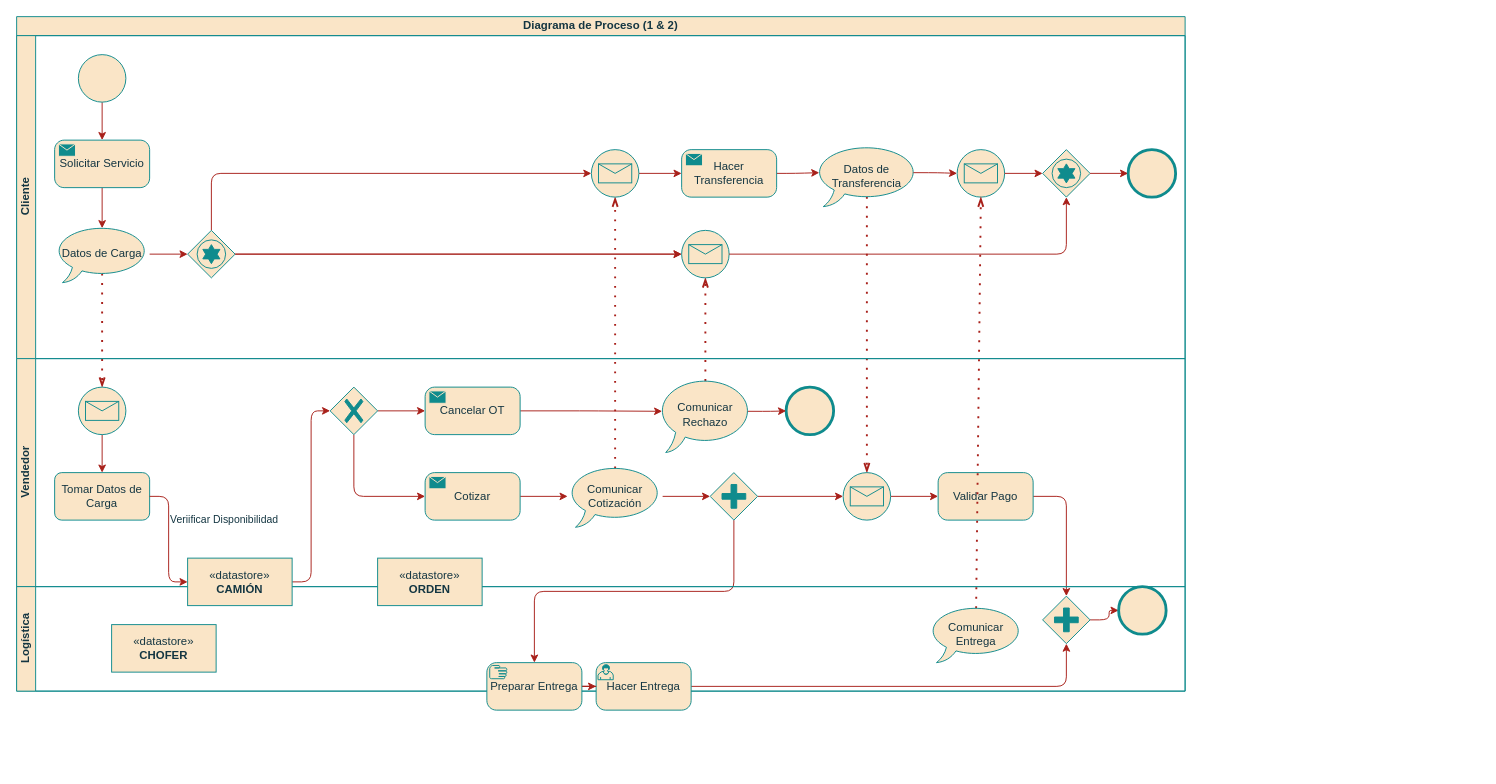
Above: [MDS]/[Trabajo Final]/DrawIO/Intento 2.drawio in zherar7ordoya/AP6 (draw.io), before the change. Source tidied: cells renumbered, new cells numbered last; positions are measured from the earlier drawing's top-left corner, leaving out a move shared by most shapes. Both pictures are drawn from the tidied source at 95%, with x=0, y=0 at pixel (16, 16).
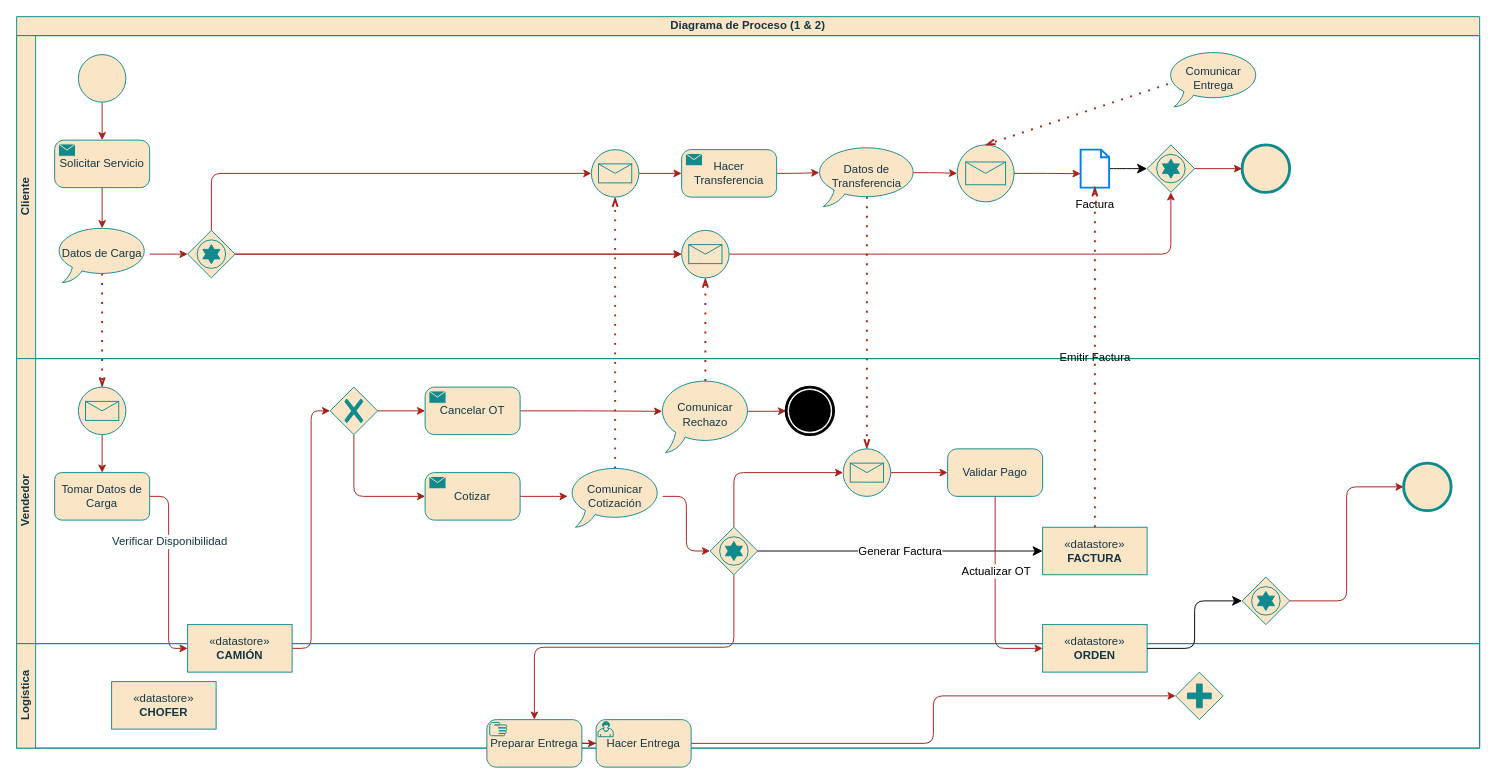
Above is the later version.

Unchanged cells that the change refers to:
```xml
<mxCell id="40" style="points=[[0.25,0.25,0],[0.5,0,0],[0.75,0.25,0],[1,0.5,0],[0.75,0.75,0],[0.5,1,0],[0.25,0.75,0],[0,0.5,0]];shape=mxgraph.bpmn.gateway2;html=1;verticalLabelPosition=bottom;labelBackgroundColor=none;verticalAlign=top;align=center;perimeter=rhombusPerimeter;outlineConnect=0;outline=none;symbol=none;gwType=exclusive;fillColor=#FAE5C7;strokeColor=#0F8B8D;fontColor=#143642;" parent="35" vertex="1">
  <mxGeometry x="330" y="30" width="50" height="50" as="geometry" />
</mxCell>
<mxCell id="51" value="Tomar Datos de Carga" style="shape=ext;rounded=1;html=1;whiteSpace=wrap;labelBackgroundColor=none;fillColor=#FAE5C7;strokeColor=#0F8B8D;fontColor=#143642;" parent="35" vertex="1">
  <mxGeometry x="40" y="120" width="100" height="50" as="geometry" />
</mxCell>
<mxCell id="53" value="Comunicar Rechazo" style="whiteSpace=wrap;html=1;shape=mxgraph.basic.oval_callout;labelBackgroundColor=none;fillColor=#FAE5C7;strokeColor=#0F8B8D;fontColor=#143642;" parent="35" vertex="1">
  <mxGeometry x="675" y="20" width="100" height="78.8" as="geometry" />
</mxCell>
<mxCell id="55" value="Comunicar Cotización" style="whiteSpace=wrap;html=1;shape=mxgraph.basic.oval_callout;labelBackgroundColor=none;fillColor=#FAE5C7;strokeColor=#0F8B8D;fontColor=#143642;" parent="35" vertex="1">
  <mxGeometry x="580" y="112.5" width="100" height="65" as="geometry" />
</mxCell>
<mxCell id="64" value="Preparar Entrega" style="points=[[0.25,0,0],[0.5,0,0],[0.75,0,0],[1,0.25,0],[1,0.5,0],[1,0.75,0],[0.75,1,0],[0.5,1,0],[0.25,1,0],[0,0.75,0],[0,0.5,0],[0,0.25,0]];shape=mxgraph.bpmn.task;whiteSpace=wrap;rectStyle=rounded;size=10;html=1;taskMarker=manual;strokeColor=#0F8B8D;fontColor=#143642;fillColor=#FAE5C7;labelBackgroundColor=none;" parent="60" vertex="1">
  <mxGeometry x="495" y="80" width="100" height="50" as="geometry" />
</mxCell>
```

Diff of the diagram source:
```diff
@@
     <mxCell id="2" value="Diagrama de Proceso (1 &amp;amp; 2)" style="swimlane;html=1;horizontal=1;startSize=20;whiteSpace=wrap;labelBackgroundColor=none;fillColor=#FAE5C7;strokeColor=#0F8B8D;fontColor=#143642;" parent="1" vertex="1">
-      <mxGeometry width="1230" height="710" as="geometry" />
+      <mxGeometry width="1540" height="770" as="geometry" />
     </mxCell>
@@
-    <mxCell id="7" style="edgeStyle=orthogonalEdgeStyle;rounded=1;jettySize=auto;html=1;entryX=0.5;entryY=0;entryDx=0;entryDy=0;entryPerimeter=0;strokeColor=#A8201A;fontColor=default;fillColor=#FAE5C7;labelBackgroundColor=none;exitX=0.5;exitY=1;exitDx=0;exitDy=0;exitPerimeter=0;" parent="2" edge="1" source="46" target="64">
+    <mxCell id="7" style="edgeStyle=orthogonalEdgeStyle;rounded=1;jettySize=auto;html=1;entryX=0.5;entryY=0;entryDx=0;entryDy=0;entryPerimeter=0;strokeColor=#A8201A;fontColor=default;fillColor=#FAE5C7;labelBackgroundColor=none;exitX=0.5;exitY=1;exitDx=0;exitDy=0;exitPerimeter=0;" parent="2" edge="1" source="76" target="64">
       <mxGeometry relative="1" as="geometry" />
     </mxCell>
-    <mxCell id="8" style="edgeStyle=orthogonalEdgeStyle;rounded=1;jettySize=auto;html=1;strokeColor=#A8201A;fontColor=default;fillColor=#FAE5C7;labelBackgroundColor=none;" parent="2" edge="1" source="50" target="66">
-      <mxGeometry relative="1" as="geometry" />
-    </mxCell>
+    <mxCell id="56" style="edgeStyle=orthogonalEdgeStyle;rounded=1;jettySize=auto;html=1;entryX=0;entryY=0.5;entryDx=0;entryDy=0;labelBackgroundColor=none;strokeColor=#A8201A;fontColor=default;" parent="2" edge="1" source="51" target="69">
+      <mxGeometry relative="1" as="geometry" />
+    </mxCell>
+    <mxCell id="57" value="Verificar Disponibilidad" style="edgeLabel;html=1;align=center;verticalAlign=middle;fontColor=#143642;fontSize=12;" parent="56" vertex="1">
+      <mxGeometry x="-0.33" relative="1" as="geometry" />
+    </mxCell>
+    <mxCell id="58" style="edgeStyle=orthogonalEdgeStyle;rounded=1;jettySize=auto;html=1;entryX=0;entryY=0.5;entryDx=0;entryDy=0;entryPerimeter=0;labelBackgroundColor=none;strokeColor=#A8201A;fontColor=default;" parent="2" edge="1" source="69" target="40">
+      <mxGeometry relative="1" as="geometry" />
+    </mxCell>
     <mxCell id="9" value="Cliente" style="swimlane;html=1;startSize=20;horizontal=0;labelBackgroundColor=none;fillColor=#FAE5C7;strokeColor=#0F8B8D;fontColor=#143642;" parent="2" vertex="1">
-      <mxGeometry y="20" width="1230" height="340" as="geometry" />
+      <mxGeometry y="20" width="1540" height="340" as="geometry" />
     </mxCell>
@@
     <mxCell id="28" style="points=[[0.145,0.145,0],[0.5,0,0],[0.855,0.145,0],[1,0.5,0],[0.855,0.855,0],[0.5,1,0],[0.145,0.855,0],[0,0.5,0]];shape=mxgraph.bpmn.event;html=1;verticalLabelPosition=bottom;labelBackgroundColor=none;verticalAlign=top;align=center;perimeter=ellipsePerimeter;outlineConnect=0;outline=standard;symbol=message;fillColor=#FAE5C7;strokeColor=#0F8B8D;fontColor=#143642;" parent="9" vertex="1">
-      <mxGeometry x="990" y="120" width="50" height="50" as="geometry" />
+      <mxGeometry x="990" y="115" width="60" height="60" as="geometry" />
     </mxCell>
@@
     <mxCell id="30" style="points=[[0.25,0.25,0],[0.5,0,0],[0.75,0.25,0],[1,0.5,0],[0.75,0.75,0],[0.5,1,0],[0.25,0.75,0],[0,0.5,0]];shape=mxgraph.bpmn.gateway2;html=1;verticalLabelPosition=bottom;labelBackgroundColor=none;verticalAlign=top;align=center;perimeter=rhombusPerimeter;outlineConnect=0;outline=standard;symbol=star;fillColor=#FAE5C7;strokeColor=#0F8B8D;fontColor=#143642;" parent="9" vertex="1">
-      <mxGeometry x="1080" y="120" width="50" height="50" as="geometry" />
+      <mxGeometry x="1190" y="115" width="50" height="50" as="geometry" />
     </mxCell>
@@
-    <mxCell id="32" style="edgeStyle=orthogonalEdgeStyle;rounded=1;jettySize=auto;html=1;labelBackgroundColor=none;strokeColor=#A8201A;fontColor=default;" parent="9" edge="1" source="28" target="30">
+    <mxCell id="32" style="edgeStyle=orthogonalEdgeStyle;rounded=1;jettySize=auto;html=1;labelBackgroundColor=none;strokeColor=#A8201A;fontColor=default;entryX=0;entryY=0.633;entryDx=0;entryDy=0;entryPerimeter=0;" parent="9" edge="1" source="28" target="73">
       <mxGeometry relative="1" as="geometry" />
     </mxCell>
     <mxCell id="33" style="points=[[0.145,0.145,0],[0.5,0,0],[0.855,0.145,0],[1,0.5,0],[0.855,0.855,0],[0.5,1,0],[0.145,0.855,0],[0,0.5,0]];shape=mxgraph.bpmn.event;html=1;verticalLabelPosition=bottom;labelBackgroundColor=none;verticalAlign=top;align=center;perimeter=ellipsePerimeter;outlineConnect=0;outline=end;symbol=terminate2;fillColor=#FAE5C7;strokeColor=#0F8B8D;fontColor=#143642;" parent="9" vertex="1">
-      <mxGeometry x="1170" y="120" width="50" height="50" as="geometry" />
+      <mxGeometry x="1290" y="115" width="50" height="50" as="geometry" />
     </mxCell>
@@
+    <mxCell id="72" style="edgeStyle=none;curved=1;rounded=0;jettySize=auto;html=1;entryX=0;entryY=0.5;entryDx=0;entryDy=0;entryPerimeter=0;fontSize=12;startSize=8;endSize=8;" parent="9" edge="1" source="73" target="30">
+      <mxGeometry relative="1" as="geometry" />
+    </mxCell>
+    <mxCell id="73" value="&lt;font style=&quot;font-size: 12px;&quot;&gt;Factura&lt;/font&gt;" style="html=1;verticalLabelPosition=bottom;align=center;labelBackgroundColor=#ffffff;verticalAlign=top;strokeWidth=2;strokeColor=#0080F0;shadow=0;dashed=0;shape=mxgraph.ios7.icons.document;fontSize=16;" parent="9" vertex="1">
+      <mxGeometry x="1120" y="120" width="30" height="40" as="geometry" />
+    </mxCell>
+    <mxCell id="68" value="Comunicar Entrega" style="whiteSpace=wrap;html=1;shape=mxgraph.basic.oval_callout;labelBackgroundColor=none;fillColor=#FAE5C7;strokeColor=#0F8B8D;fontColor=#143642;" parent="9" vertex="1">
+      <mxGeometry x="1210" y="15" width="100" height="60" as="geometry" />
+    </mxCell>
+    <mxCell id="59" style="fontSize=12;html=1;endFill=0;startFill=0;endSize=6;startSize=6;dashed=1;dashPattern=1 4;endArrow=openThin;startArrow=none;rounded=0;strokeColor=#A8201A;fontColor=default;fillColor=#FAE5C7;exitX=0.02;exitY=0.6;exitDx=0;exitDy=0;exitPerimeter=0;strokeWidth=2;entryX=0.5;entryY=0;entryDx=0;entryDy=0;entryPerimeter=0;labelBackgroundColor=none;" parent="9" edge="1" source="68" target="28">
+      <mxGeometry relative="1" as="geometry" />
+    </mxCell>
     <mxCell id="35" value="Vendedor" style="swimlane;html=1;startSize=20;horizontal=0;labelBackgroundColor=none;fillColor=#FAE5C7;strokeColor=#0F8B8D;fontColor=#143642;" parent="2" vertex="1">
-      <mxGeometry y="360" width="1230" height="240" as="geometry" />
+      <mxGeometry y="360" width="1540" height="300" as="geometry" />
     </mxCell>
@@
-    <mxCell id="45" style="edgeStyle=orthogonalEdgeStyle;rounded=1;jettySize=auto;html=1;exitX=1;exitY=0.5;exitDx=0;exitDy=0;exitPerimeter=0;entryX=0;entryY=0.5;entryDx=0;entryDy=0;entryPerimeter=0;strokeColor=#A8201A;fontColor=default;fillColor=#FAE5C7;labelBackgroundColor=none;" parent="35" edge="1" source="46" target="48">
+    <mxCell id="45" style="edgeStyle=orthogonalEdgeStyle;rounded=1;jettySize=auto;html=1;exitX=0.5;exitY=0;exitDx=0;exitDy=0;exitPerimeter=0;entryX=0;entryY=0.5;entryDx=0;entryDy=0;entryPerimeter=0;strokeColor=#A8201A;fontColor=default;fillColor=#FAE5C7;labelBackgroundColor=none;" parent="35" edge="1" source="76" target="48">
       <mxGeometry relative="1" as="geometry" />
     </mxCell>
-    <mxCell id="46" style="points=[[0.25,0.25,0],[0.5,0,0],[0.75,0.25,0],[1,0.5,0],[0.75,0.75,0],[0.5,1,0],[0.25,0.75,0],[0,0.5,0]];shape=mxgraph.bpmn.gateway2;html=1;verticalLabelPosition=bottom;labelBackgroundColor=none;verticalAlign=top;align=center;perimeter=rhombusPerimeter;outlineConnect=0;outline=none;symbol=none;gwType=parallel;strokeColor=#0F8B8D;fontColor=#143642;fillColor=#FAE5C7;" parent="35" vertex="1">
-      <mxGeometry x="730" y="120" width="50" height="50" as="geometry" />
-    </mxCell>
@@
     <mxCell id="48" style="points=[[0.145,0.145,0],[0.5,0,0],[0.855,0.145,0],[1,0.5,0],[0.855,0.855,0],[0.5,1,0],[0.145,0.855,0],[0,0.5,0]];shape=mxgraph.bpmn.event;html=1;verticalLabelPosition=bottom;labelBackgroundColor=none;verticalAlign=top;align=center;perimeter=ellipsePerimeter;outlineConnect=0;outline=standard;symbol=message;fillColor=#FAE5C7;strokeColor=#0F8B8D;fontColor=#143642;" parent="35" vertex="1">
-      <mxGeometry x="870" y="120" width="50" height="50" as="geometry" />
+      <mxGeometry x="870" y="95" width="50" height="50" as="geometry" />
     </mxCell>
-    <mxCell id="49" style="shape=mxgraph.bpmn.shape;html=1;verticalLabelPosition=bottom;labelBackgroundColor=none;verticalAlign=top;perimeter=ellipsePerimeter;outline=end;symbol=general;fillColor=#FAE5C7;strokeColor=#0F8B8D;fontColor=#143642;" parent="35" vertex="1">
-      <mxGeometry x="810" y="30" width="50" height="50" as="geometry" />
-    </mxCell>
     <mxCell id="50" value="Validar Pago" style="points=[[0.25,0,0],[0.5,0,0],[0.75,0,0],[1,0.25,0],[1,0.5,0],[1,0.75,0],[0.75,1,0],[0.5,1,0],[0.25,1,0],[0,0.75,0],[0,0.5,0],[0,0.25,0]];shape=mxgraph.bpmn.task;whiteSpace=wrap;rectStyle=rounded;size=10;html=1;taskMarker=abstract;labelBackgroundColor=none;fillColor=#FAE5C7;strokeColor=#0F8B8D;fontColor=#143642;" parent="35" vertex="1">
-      <mxGeometry x="970" y="120" width="100" height="50" as="geometry" />
+      <mxGeometry x="980" y="95" width="100" height="50" as="geometry" />
     </mxCell>
@@
-    <mxCell id="52" style="rounded=1;jettySize=auto;html=1;entryX=0;entryY=0.5;entryDx=0;entryDy=0;labelBackgroundColor=none;strokeColor=#A8201A;fontColor=default;exitX=0.945;exitY=0.45;exitDx=0;exitDy=0;exitPerimeter=0;edgeStyle=orthogonalEdgeStyle;" parent="35" edge="1" source="53" target="49">
+    <mxCell id="52" style="rounded=1;jettySize=auto;html=1;entryX=0;entryY=0.5;entryDx=0;entryDy=0;labelBackgroundColor=none;strokeColor=#A8201A;fontColor=default;exitX=0.945;exitY=0.45;exitDx=0;exitDy=0;exitPerimeter=0;edgeStyle=orthogonalEdgeStyle;entryPerimeter=0;" parent="35" edge="1" source="53" target="74">
       <mxGeometry relative="1" as="geometry" />
     </mxCell>
@@
-    <mxCell id="54" style="edgeStyle=orthogonalEdgeStyle;rounded=1;jettySize=auto;html=1;entryX=0;entryY=0.5;entryDx=0;entryDy=0;entryPerimeter=0;strokeColor=#A8201A;fontColor=#143642;fillColor=#FAE5C7;" parent="35" edge="1" source="55" target="46">
+    <mxCell id="54" style="edgeStyle=orthogonalEdgeStyle;rounded=1;jettySize=auto;html=1;entryX=0;entryY=0.5;entryDx=0;entryDy=0;entryPerimeter=0;strokeColor=#A8201A;fontColor=#143642;fillColor=#FAE5C7;" parent="35" edge="1" source="55" target="76">
       <mxGeometry relative="1" as="geometry" />
     </mxCell>
@@
-    <mxCell id="56" style="edgeStyle=orthogonalEdgeStyle;rounded=1;jettySize=auto;html=1;entryX=0;entryY=0.5;entryDx=0;entryDy=0;labelBackgroundColor=none;strokeColor=#A8201A;fontColor=default;" parent="2" edge="1" source="51" target="69">
-      <mxGeometry relative="1" as="geometry" />
-    </mxCell>
-    <mxCell id="57" value="Veriificar Disponibilidad" style="edgeLabel;html=1;align=left;verticalAlign=middle;fontColor=#143642;" parent="56" vertex="1">
-      <mxGeometry x="-0.33" relative="1" as="geometry" />
-    </mxCell>
-    <mxCell id="58" style="edgeStyle=orthogonalEdgeStyle;rounded=1;jettySize=auto;html=1;entryX=0;entryY=0.5;entryDx=0;entryDy=0;entryPerimeter=0;labelBackgroundColor=none;strokeColor=#A8201A;fontColor=default;" parent="2" edge="1" source="69" target="40">
-      <mxGeometry relative="1" as="geometry" />
-    </mxCell>
-    <mxCell id="59" style="fontSize=12;html=1;endFill=0;startFill=0;endSize=6;startSize=6;dashed=1;dashPattern=1 4;endArrow=openThin;startArrow=none;rounded=0;strokeColor=#A8201A;fontColor=default;fillColor=#FAE5C7;exitX=0.5;exitY=0.045;exitDx=0;exitDy=0;exitPerimeter=0;strokeWidth=2;entryX=0.5;entryY=1;entryDx=0;entryDy=0;entryPerimeter=0;labelBackgroundColor=none;" parent="2" edge="1" source="68" target="28">
-      <mxGeometry relative="1" as="geometry" />
-    </mxCell>
+    <mxCell id="74" style="points=[[0.145,0.145,0],[0.5,0,0],[0.855,0.145,0],[1,0.5,0],[0.855,0.855,0],[0.5,1,0],[0.145,0.855,0],[0,0.5,0]];shape=mxgraph.bpmn.event;html=1;verticalLabelPosition=bottom;labelBackgroundColor=#ffffff;verticalAlign=top;align=center;perimeter=ellipsePerimeter;outlineConnect=0;outline=end;symbol=terminate;fontSize=16;" parent="35" vertex="1">
+      <mxGeometry x="810" y="30" width="50" height="50" as="geometry" />
+    </mxCell>
+    <mxCell id="75" value="Generar Factura" style="edgeStyle=none;rounded=1;jettySize=auto;html=1;exitX=1;exitY=0.5;exitDx=0;exitDy=0;exitPerimeter=0;fontSize=12;startSize=8;endSize=8;entryX=0;entryY=0.5;entryDx=0;entryDy=0;jumpStyle=none;" parent="35" edge="1" source="76" target="78">
+      <mxGeometry relative="1" as="geometry" />
+    </mxCell>
+    <mxCell id="76" style="points=[[0.25,0.25,0],[0.5,0,0],[0.75,0.25,0],[1,0.5,0],[0.75,0.75,0],[0.5,1,0],[0.25,0.75,0],[0,0.5,0]];shape=mxgraph.bpmn.gateway2;html=1;verticalLabelPosition=bottom;labelBackgroundColor=none;verticalAlign=top;align=center;perimeter=rhombusPerimeter;outlineConnect=0;outline=standard;symbol=star;fillColor=#FAE5C7;strokeColor=#0F8B8D;fontColor=#143642;" parent="35" vertex="1">
+      <mxGeometry x="730" y="177.5" width="50" height="50" as="geometry" />
+    </mxCell>
+    <mxCell id="77" style="points=[[0.25,0.25,0],[0.5,0,0],[0.75,0.25,0],[1,0.5,0],[0.75,0.75,0],[0.5,1,0],[0.25,0.75,0],[0,0.5,0]];shape=mxgraph.bpmn.gateway2;html=1;verticalLabelPosition=bottom;labelBackgroundColor=none;verticalAlign=top;align=center;perimeter=rhombusPerimeter;outlineConnect=0;outline=standard;symbol=star;fillColor=#FAE5C7;strokeColor=#0F8B8D;fontColor=#143642;" parent="35" vertex="1">
+      <mxGeometry x="1290" y="230" width="50" height="50" as="geometry" />
+    </mxCell>
+    <mxCell id="67" style="shape=mxgraph.bpmn.shape;html=1;verticalLabelPosition=bottom;labelBackgroundColor=none;verticalAlign=top;perimeter=ellipsePerimeter;outline=end;symbol=general;fillColor=#FAE5C7;strokeColor=#0F8B8D;fontColor=#143642;" parent="35" vertex="1">
+      <mxGeometry x="1460" y="110" width="50" height="50" as="geometry" />
+    </mxCell>
+    <mxCell id="65" style="edgeStyle=orthogonalEdgeStyle;rounded=1;jettySize=auto;html=1;entryX=0;entryY=0.5;entryDx=0;entryDy=0;strokeColor=#A8201A;fontColor=default;fillColor=#FAE5C7;labelBackgroundColor=none;exitX=1;exitY=0.5;exitDx=0;exitDy=0;exitPerimeter=0;" parent="35" edge="1" source="77" target="67">
+      <mxGeometry relative="1" as="geometry" />
+    </mxCell>
+    <mxCell id="78" value="«datastore»&lt;br&gt;&lt;b&gt;FACTURA&lt;/b&gt;" style="html=1;whiteSpace=wrap;labelBackgroundColor=none;fillColor=#FAE5C7;strokeColor=#0F8B8D;fontColor=#143642;" parent="35" vertex="1">
+      <mxGeometry x="1080" y="177.5" width="110" height="50" as="geometry" />
+    </mxCell>
     <mxCell id="60" value="Logística" style="swimlane;html=1;startSize=20;horizontal=0;labelBackgroundColor=none;fillColor=#FAE5C7;strokeColor=#0F8B8D;fontColor=#143642;" parent="2" vertex="1">
-      <mxGeometry y="600" width="1230" height="110" as="geometry" />
+      <mxGeometry y="660" width="1540" height="110" as="geometry" />
     </mxCell>
@@
-    <mxCell id="65" style="edgeStyle=orthogonalEdgeStyle;rounded=1;jettySize=auto;html=1;entryX=0;entryY=0.5;entryDx=0;entryDy=0;strokeColor=#A8201A;fontColor=default;fillColor=#FAE5C7;labelBackgroundColor=none;" parent="60" edge="1" source="66" target="67">
-      <mxGeometry relative="1" as="geometry" />
-    </mxCell>
     <mxCell id="66" style="points=[[0.25,0.25,0],[0.5,0,0],[0.75,0.25,0],[1,0.5,0],[0.75,0.75,0],[0.5,1,0],[0.25,0.75,0],[0,0.5,0]];shape=mxgraph.bpmn.gateway2;html=1;verticalLabelPosition=bottom;labelBackgroundColor=none;verticalAlign=top;align=center;perimeter=rhombusPerimeter;outlineConnect=0;outline=none;symbol=none;gwType=parallel;strokeColor=#0F8B8D;fontColor=#143642;fillColor=#FAE5C7;" parent="60" vertex="1">
-      <mxGeometry x="1080" y="10" width="50" height="50" as="geometry" />
+      <mxGeometry x="1220" y="30" width="50" height="50" as="geometry" />
     </mxCell>
-    <mxCell id="67" style="shape=mxgraph.bpmn.shape;html=1;verticalLabelPosition=bottom;labelBackgroundColor=none;verticalAlign=top;perimeter=ellipsePerimeter;outline=end;symbol=general;fillColor=#FAE5C7;strokeColor=#0F8B8D;fontColor=#143642;" parent="60" vertex="1">
-      <mxGeometry x="1160" width="50" height="50" as="geometry" />
-    </mxCell>
-    <mxCell id="68" value="Comunicar Entrega" style="whiteSpace=wrap;html=1;shape=mxgraph.basic.oval_callout;labelBackgroundColor=none;fillColor=#FAE5C7;strokeColor=#0F8B8D;fontColor=#143642;" parent="60" vertex="1">
-      <mxGeometry x="960" y="20" width="100" height="60" as="geometry" />
-    </mxCell>
     <mxCell id="69" value="«datastore»&lt;br&gt;&lt;b&gt;CAMIÓN&lt;/b&gt;" style="html=1;whiteSpace=wrap;labelBackgroundColor=none;fillColor=#FAE5C7;strokeColor=#0F8B8D;fontColor=#143642;" parent="60" vertex="1">
-      <mxGeometry x="180" y="-30" width="110" height="50" as="geometry" />
+      <mxGeometry x="180" y="-20" width="110" height="50" as="geometry" />
     </mxCell>
@@
+    <mxCell id="79" value="Emitir Factura" style="fontSize=12;html=1;endFill=0;startFill=0;endSize=6;startSize=6;dashed=1;dashPattern=1 4;endArrow=openThin;startArrow=none;rounded=0;strokeColor=#A8201A;fontColor=default;fillColor=#FAE5C7;strokeWidth=2;labelBackgroundColor=none;exitX=0.5;exitY=0;exitDx=0;exitDy=0;entryX=0.5;entryY=0.975;entryDx=0;entryDy=0;entryPerimeter=0;" parent="2" edge="1" source="78" target="73">
+      <mxGeometry relative="1" as="geometry" />
+    </mxCell>
     <mxCell id="71" value="«datastore»&lt;br&gt;&lt;b&gt;ORDEN&lt;/b&gt;" style="html=1;whiteSpace=wrap;labelBackgroundColor=none;fillColor=#FAE5C7;strokeColor=#0F8B8D;fontColor=#143642;" parent="1" vertex="1">
-      <mxGeometry x="380" y="570" width="110" height="50" as="geometry" />
+      <mxGeometry x="1080" y="640" width="110" height="50" as="geometry" />
     </mxCell>
+    <mxCell id="8" style="edgeStyle=orthogonalEdgeStyle;rounded=1;jettySize=auto;html=1;strokeColor=#A8201A;fontColor=default;fillColor=#FAE5C7;labelBackgroundColor=none;entryX=0;entryY=0.5;entryDx=0;entryDy=0;" parent="1" edge="1" source="50" target="71">
+      <mxGeometry relative="1" as="geometry" />
+    </mxCell>
+    <mxCell id="80" value="Actualizar OT" style="edgeLabel;html=1;align=center;verticalAlign=middle;fontSize=12;" parent="8" vertex="1">
+      <mxGeometry x="-0.26" relative="1" as="geometry" />
+    </mxCell>
+    <mxCell id="81" style="edgeStyle=orthogonalEdgeStyle;rounded=1;jettySize=auto;html=1;entryX=0;entryY=0.5;entryDx=0;entryDy=0;entryPerimeter=0;fontSize=12;startSize=8;endSize=8;" parent="1" edge="1" source="71" target="77">
+      <mxGeometry relative="1" as="geometry" />
+    </mxCell>
```
